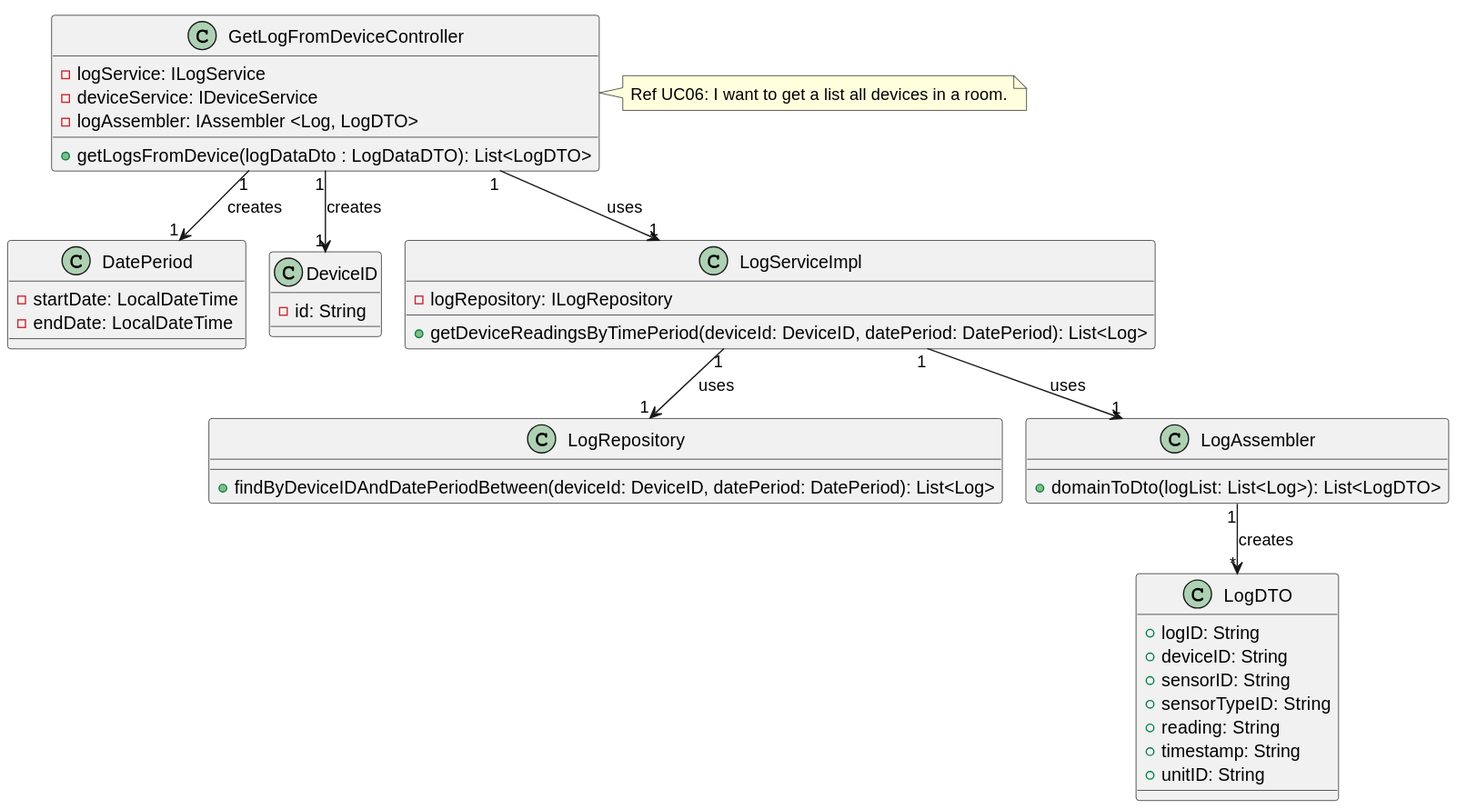
This is docs/useCases/uc11_toGetLogFromDevice/artifacts/uc11_CD_v1.svg from olivDiogo/SmartHome, a PlantUML export, as it was before one commit.
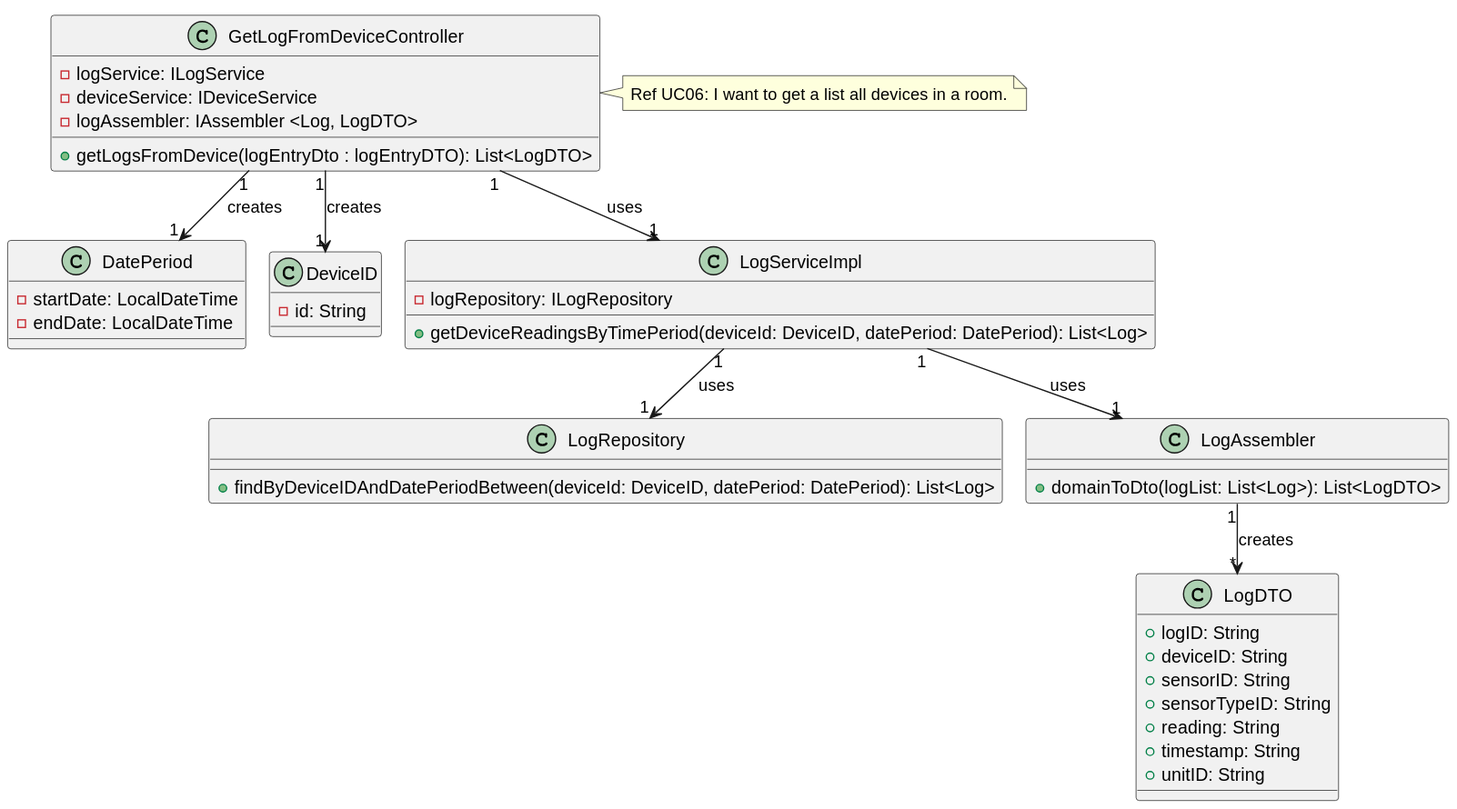
The same file after the commit.

The edit, as a diff of the source:
```diff
@@ -7,7 +7,7 @@
  - deviceService: IDeviceService
  - logAssembler: IAssembler <Log, LogDTO>
 
- + getLogsFromDevice(logDataDto : LogDataDTO): List<LogDTO>
+ + getLogsFromDevice(logEntryDto : logEntryDTO): List<LogDTO>
 }
 
 note right of GetLogFromDeviceController: Ref UC06:  I want to get a list all devices in a room.
```
